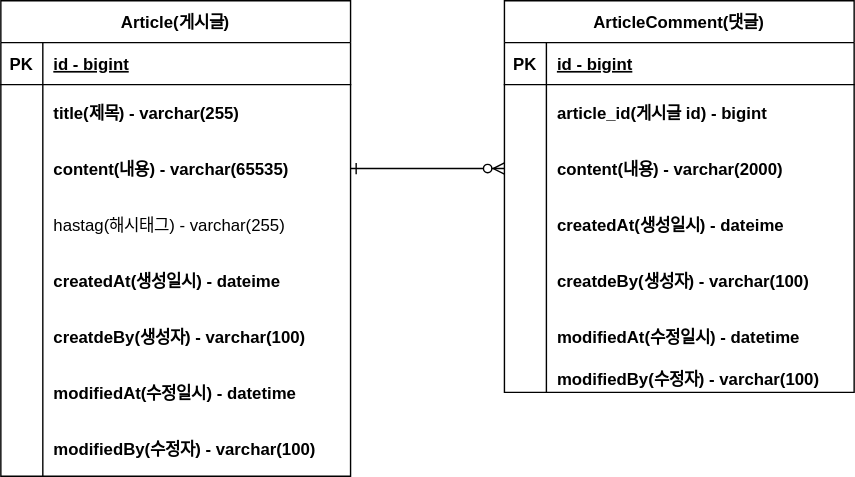
chaeyeun48/fastcampus-project-board keeps this draw.io diagram as document/project-board-erd.svg. Above is the earlier version. Source tidied: cells renumbered, new cells last; positions are measured from the earlier drawing's top-left corner, leaving out a move shared by most shapes.
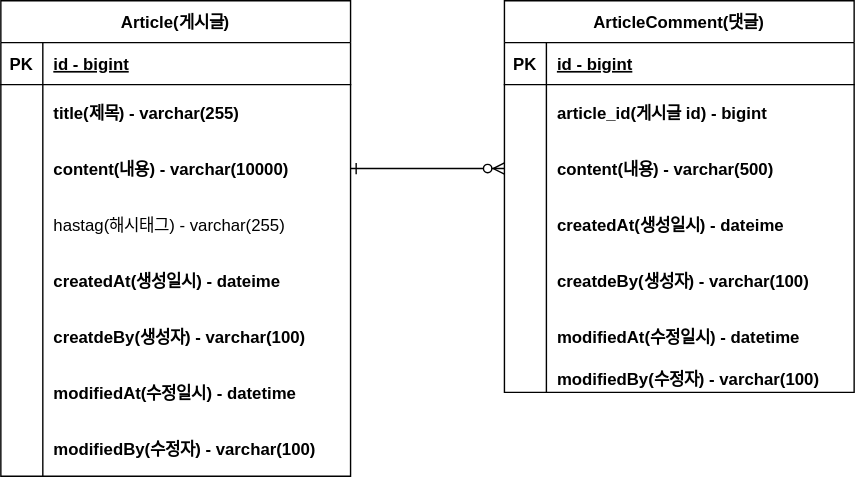
The same file after the commit.

Commit message:
#9 - ERD 업데이트: content 사이즈 변경

Change to the diagram source:
```diff
@@ -32,7 +32,7 @@
     <mxCell id="11" style="shape=partialRectangle;overflow=hidden;fillColor=none;top=0;left=0;bottom=0;right=0;" parent="10" vertex="1">
       <mxGeometry width="30" height="40" as="geometry" />
     </mxCell>
-    <mxCell id="12" value="content(내용) - varchar(65535)" style="shape=partialRectangle;overflow=hidden;fillColor=none;top=0;left=0;bottom=0;right=0;align=left;spacingLeft=6;fontStyle=1;" parent="10" vertex="1">
+    <mxCell id="12" value="content(내용) - varchar(10000)" style="shape=partialRectangle;overflow=hidden;fillColor=none;top=0;left=0;bottom=0;right=0;align=left;spacingLeft=6;fontStyle=1;" parent="10" vertex="1">
       <mxGeometry x="30" width="220" height="40" as="geometry" />
     </mxCell>
     <mxCell id="13" style="shape=partialRectangle;fillColor=none;top=0;left=0;right=0;bottom=0;" parent="3" vertex="1">
@@ -107,7 +107,7 @@
     <mxCell id="36" style="shape=partialRectangle;overflow=hidden;fillColor=none;top=0;left=0;bottom=0;right=0;" parent="35" vertex="1">
       <mxGeometry width="30" height="40" as="geometry" />
     </mxCell>
-    <mxCell id="37" value="content(내용) - varchar(2000)" style="shape=partialRectangle;overflow=hidden;fillColor=none;top=0;left=0;bottom=0;right=0;align=left;spacingLeft=6;fontStyle=1;" parent="35" vertex="1">
+    <mxCell id="37" value="content(내용) - varchar(500)" style="shape=partialRectangle;overflow=hidden;fillColor=none;top=0;left=0;bottom=0;right=0;align=left;spacingLeft=6;fontStyle=1;" parent="35" vertex="1">
       <mxGeometry x="30" width="220" height="40" as="geometry" />
     </mxCell>
     <mxCell id="38" style="shape=partialRectangle;fillColor=none;top=0;left=0;right=0;bottom=0;" parent="28" vertex="1">
```
